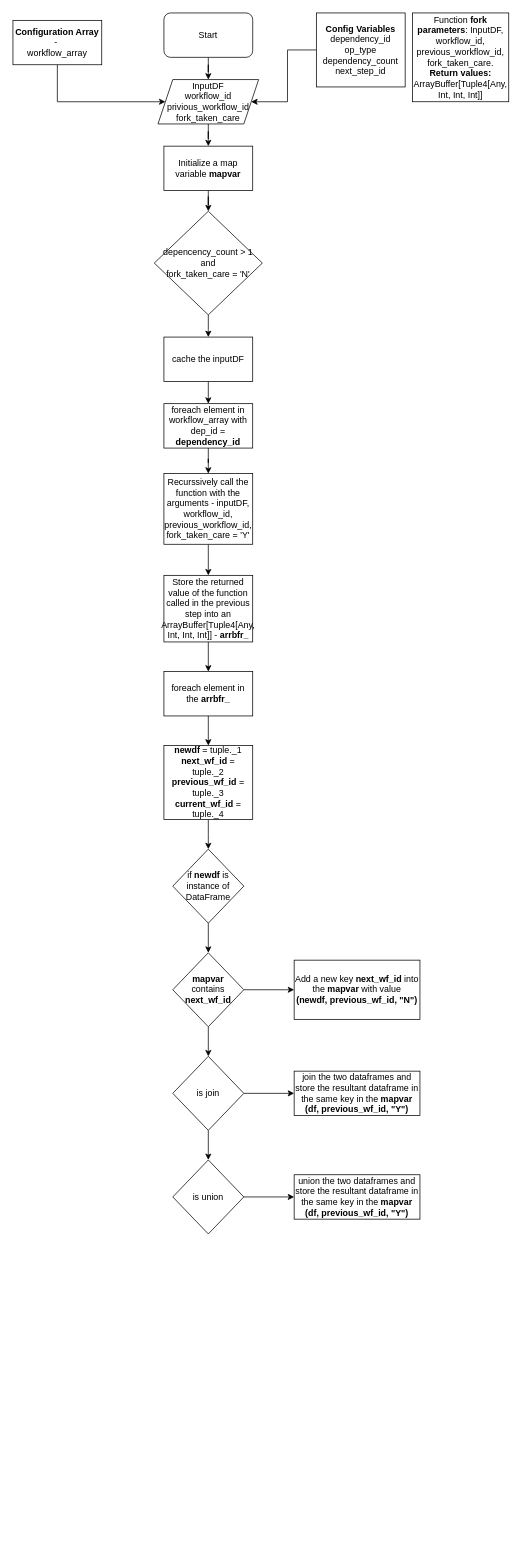
Earlier version of the draw.io diagram page "updated workflow" (6 of 6) of appagggrp3.drawio (praneethsai83/GenericProcessing). Source tidied: cells renumbered, new cells numbered last; positions are measured from the earlier drawing's top-left corner, leaving out a move shared by most shapes. Both pictures are drawn from the tidied source at 74%, with x=0, y=0 at pixel (13, 13).
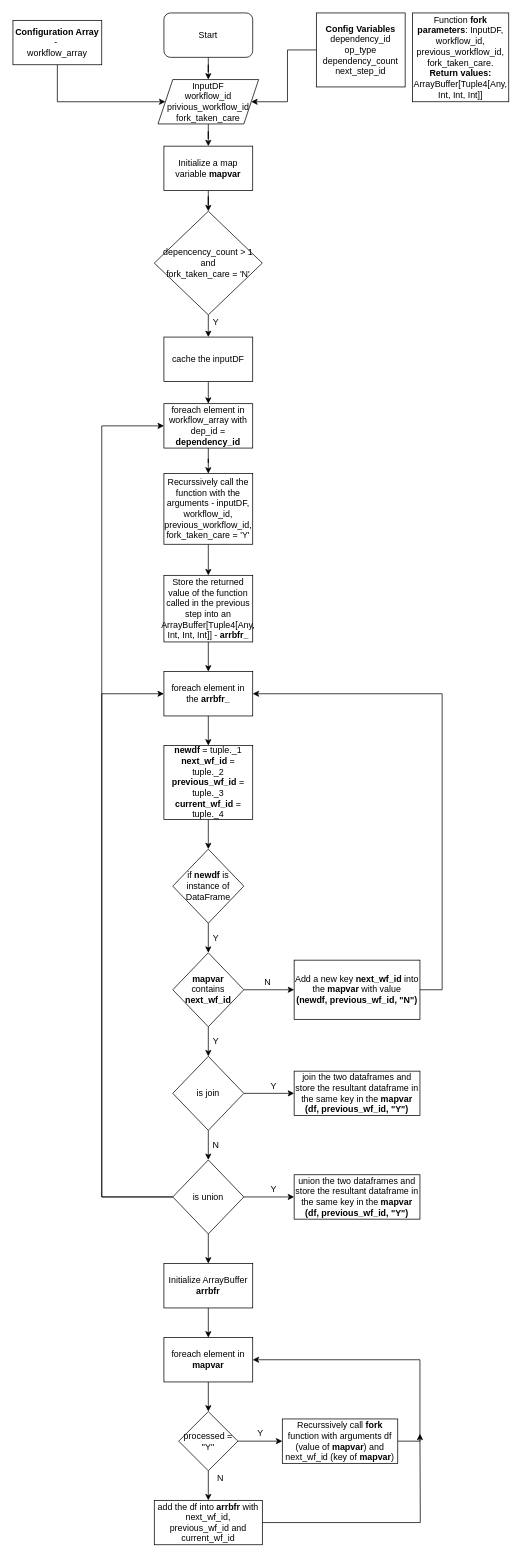
The same diagram, later.

Unchanged cells that the change refers to:
```xml
<mxCell id="14" value="foreach element in workflow_array with dep_id = &lt;b&gt;dependency_id&lt;/b&gt;" style="whiteSpace=wrap;html=1;" parent="1" vertex="1">
  <mxGeometry x="204" y="528" width="120" height="60" as="geometry" />
</mxCell>
<mxCell id="32" value="Add a new key &lt;b&gt;next_wf_id &lt;/b&gt;into the &lt;b&gt;mapvar &lt;/b&gt;with value&lt;br&gt;&lt;b&gt;(newdf, previous_wf_id, &quot;N&quot;)&lt;/b&gt;" style="whiteSpace=wrap;html=1;" parent="1" vertex="1">
  <mxGeometry x="380" y="1280" width="170" height="80" as="geometry" />
</mxCell>
<mxCell id="38" value="is union" style="rhombus;whiteSpace=wrap;html=1;" parent="1" vertex="1">
  <mxGeometry x="216" y="1550" width="96" height="100" as="geometry" />
</mxCell>
```

What changed in the source:
```diff
@@
+    <mxCell id="40" style="edgeStyle=orthogonalEdgeStyle;rounded=0;jettySize=auto;html=1;exitX=0;exitY=0.5;exitDx=0;exitDy=0;entryX=0;entryY=0.5;entryDx=0;entryDy=0;" parent="1" edge="1" source="38" target="14">
+      <mxGeometry relative="1" as="geometry">
+        <Array as="points">
+          <mxPoint x="120" y="1600" />
+          <mxPoint x="120" y="558" />
+        </Array>
+      </mxGeometry>
+    </mxCell>
@@
+    <mxCell id="41" style="edgeStyle=orthogonalEdgeStyle;rounded=0;jettySize=auto;html=1;" parent="1" edge="1" source="32">
+      <mxGeometry relative="1" as="geometry">
+        <mxPoint x="324" y="920" as="targetPoint" />
+        <Array as="points">
+          <mxPoint x="580" y="1320" />
+          <mxPoint x="580" y="920" />
+          <mxPoint x="324" y="920" />
+        </Array>
+      </mxGeometry>
+    </mxCell>
@@
+    <mxCell id="42" style="edgeStyle=orthogonalEdgeStyle;rounded=0;jettySize=auto;html=1;" parent="1" edge="1" source="38">
+      <mxGeometry relative="1" as="geometry">
+        <mxPoint x="204" y="920" as="targetPoint" />
+        <Array as="points">
+          <mxPoint x="120" y="1600" />
+          <mxPoint x="120" y="920" />
+          <mxPoint x="204" y="920" />
+        </Array>
+      </mxGeometry>
+    </mxCell>
+    <mxCell id="43" style="edgeStyle=orthogonalEdgeStyle;rounded=0;jettySize=auto;html=1;" parent="1" edge="1" source="38" target="52">
+      <mxGeometry relative="1" as="geometry" />
+    </mxCell>
@@
+    <mxCell id="44" value="Y" style="text;html=1;align=center;verticalAlign=middle;strokeColor=none;fillColor=none;" parent="1" vertex="1">
+      <mxGeometry x="264" y="1240" width="20" height="20" as="geometry" />
+    </mxCell>
+    <mxCell id="45" value="N" style="text;html=1;align=center;verticalAlign=middle;strokeColor=none;fillColor=none;" parent="1" vertex="1">
+      <mxGeometry x="334" y="1300" width="20" height="20" as="geometry" />
+    </mxCell>
+    <mxCell id="46" value="Y" style="text;html=1;align=center;verticalAlign=middle;strokeColor=none;fillColor=none;" parent="1" vertex="1">
+      <mxGeometry x="342" y="1440" width="20" height="20" as="geometry" />
+    </mxCell>
+    <mxCell id="47" value="Y" style="text;html=1;align=center;verticalAlign=middle;strokeColor=none;fillColor=none;" parent="1" vertex="1">
+      <mxGeometry x="264" y="1380" width="20" height="20" as="geometry" />
+    </mxCell>
+    <mxCell id="48" value="Y" style="text;html=1;align=center;verticalAlign=middle;strokeColor=none;fillColor=none;" parent="1" vertex="1">
+      <mxGeometry x="342" y="1580" width="20" height="20" as="geometry" />
+    </mxCell>
+    <mxCell id="49" value="N" style="text;html=1;align=center;verticalAlign=middle;strokeColor=none;fillColor=none;" parent="1" vertex="1">
+      <mxGeometry x="264" y="1520" width="20" height="20" as="geometry" />
+    </mxCell>
+    <mxCell id="50" value="Y" style="text;html=1;align=center;verticalAlign=middle;strokeColor=none;fillColor=none;" parent="1" vertex="1">
+      <mxGeometry x="264" y="408" width="20" height="20" as="geometry" />
+    </mxCell>
+    <mxCell id="51" style="edgeStyle=orthogonalEdgeStyle;rounded=0;jettySize=auto;html=1;" parent="1" edge="1" source="52" target="54">
+      <mxGeometry relative="1" as="geometry" />
+    </mxCell>
+    <mxCell id="52" value="Initialize ArrayBuffer &lt;b&gt;arrbfr&lt;/b&gt;" style="whiteSpace=wrap;html=1;" parent="1" vertex="1">
+      <mxGeometry x="204" y="1690" width="120" height="60" as="geometry" />
+    </mxCell>
+    <mxCell id="53" style="edgeStyle=orthogonalEdgeStyle;rounded=0;jettySize=auto;html=1;" parent="1" edge="1" source="54" target="57">
+      <mxGeometry relative="1" as="geometry" />
+    </mxCell>
+    <mxCell id="54" value="foreach element in &lt;b&gt;mapvar&lt;/b&gt;" style="whiteSpace=wrap;html=1;" parent="1" vertex="1">
+      <mxGeometry x="204" y="1790" width="120" height="60" as="geometry" />
+    </mxCell>
+    <mxCell id="55" style="edgeStyle=orthogonalEdgeStyle;rounded=0;jettySize=auto;html=1;" parent="1" edge="1" source="57" target="59">
+      <mxGeometry relative="1" as="geometry" />
+    </mxCell>
+    <mxCell id="56" style="edgeStyle=orthogonalEdgeStyle;rounded=0;jettySize=auto;html=1;" parent="1" edge="1" source="57" target="62">
+      <mxGeometry relative="1" as="geometry" />
+    </mxCell>
+    <mxCell id="57" value="processed = &quot;Y&quot;" style="rhombus;whiteSpace=wrap;html=1;" parent="1" vertex="1">
+      <mxGeometry x="224" y="1890" width="80" height="80" as="geometry" />
+    </mxCell>
+    <mxCell id="58" style="edgeStyle=orthogonalEdgeStyle;rounded=0;jettySize=auto;html=1;entryX=1;entryY=0.5;entryDx=0;entryDy=0;" parent="1" edge="1" source="59" target="54">
+      <mxGeometry relative="1" as="geometry">
+        <Array as="points">
+          <mxPoint x="550" y="1930" />
+          <mxPoint x="550" y="1820" />
+        </Array>
+      </mxGeometry>
+    </mxCell>
+    <mxCell id="59" value="Recurssively call &lt;b&gt;fork&lt;/b&gt; function with arguments df (value of &lt;b&gt;mapvar&lt;/b&gt;) and next_wf_id (key of &lt;b&gt;mapvar&lt;/b&gt;)" style="whiteSpace=wrap;html=1;" parent="1" vertex="1">
+      <mxGeometry x="364" y="1900" width="156" height="60" as="geometry" />
+    </mxCell>
+    <mxCell id="60" value="Y" style="text;html=1;align=center;verticalAlign=middle;strokeColor=none;fillColor=none;" parent="1" vertex="1">
+      <mxGeometry x="324" y="1910" width="20" height="20" as="geometry" />
+    </mxCell>
+    <mxCell id="61" style="edgeStyle=orthogonalEdgeStyle;rounded=0;jettySize=auto;html=1;" parent="1" edge="1" source="62">
+      <mxGeometry relative="1" as="geometry">
+        <mxPoint x="550" y="1920" as="targetPoint" />
+      </mxGeometry>
+    </mxCell>
+    <mxCell id="62" value="&lt;span&gt;add the df into&amp;nbsp;&lt;/span&gt;&lt;b&gt;arrbfr&amp;nbsp;&lt;/b&gt;&lt;span&gt;with next_wf_id, previous_wf_id and current_wf_id&lt;/span&gt;" style="whiteSpace=wrap;html=1;" parent="1" vertex="1">
+      <mxGeometry x="191" y="2010" width="146" height="60" as="geometry" />
+    </mxCell>
+    <mxCell id="63" value="N" style="text;html=1;align=center;verticalAlign=middle;strokeColor=none;fillColor=none;" parent="1" vertex="1">
+      <mxGeometry x="270" y="1970" width="20" height="20" as="geometry" />
+    </mxCell>
```
